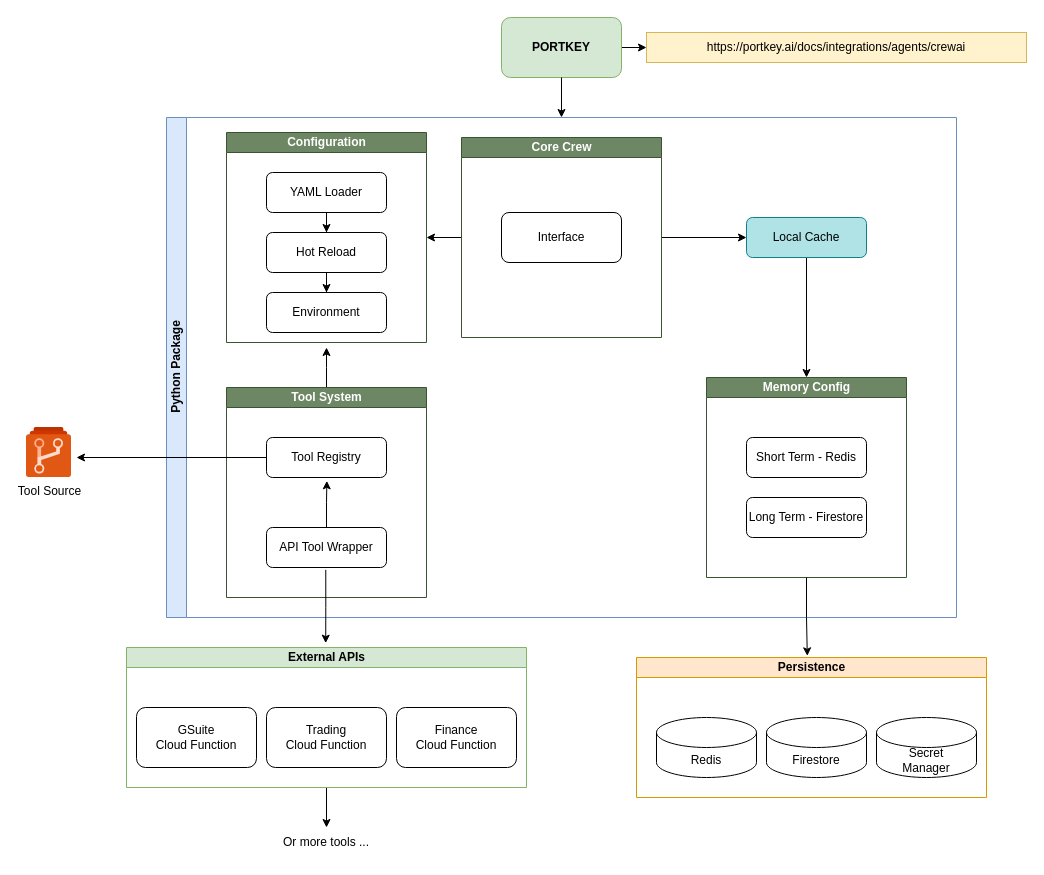
Earlier version of the draw.io diagram designs/cognition-core.drawio (nestorcolt/cognition-core). Source tidied: cells renumbered, new cells numbered last; positions are measured from the earlier drawing's top-left corner, leaving out a move shared by most shapes. Both pictures are drawn from the tidied source at 100%, with x=0, y=0 at pixel (26, 17).
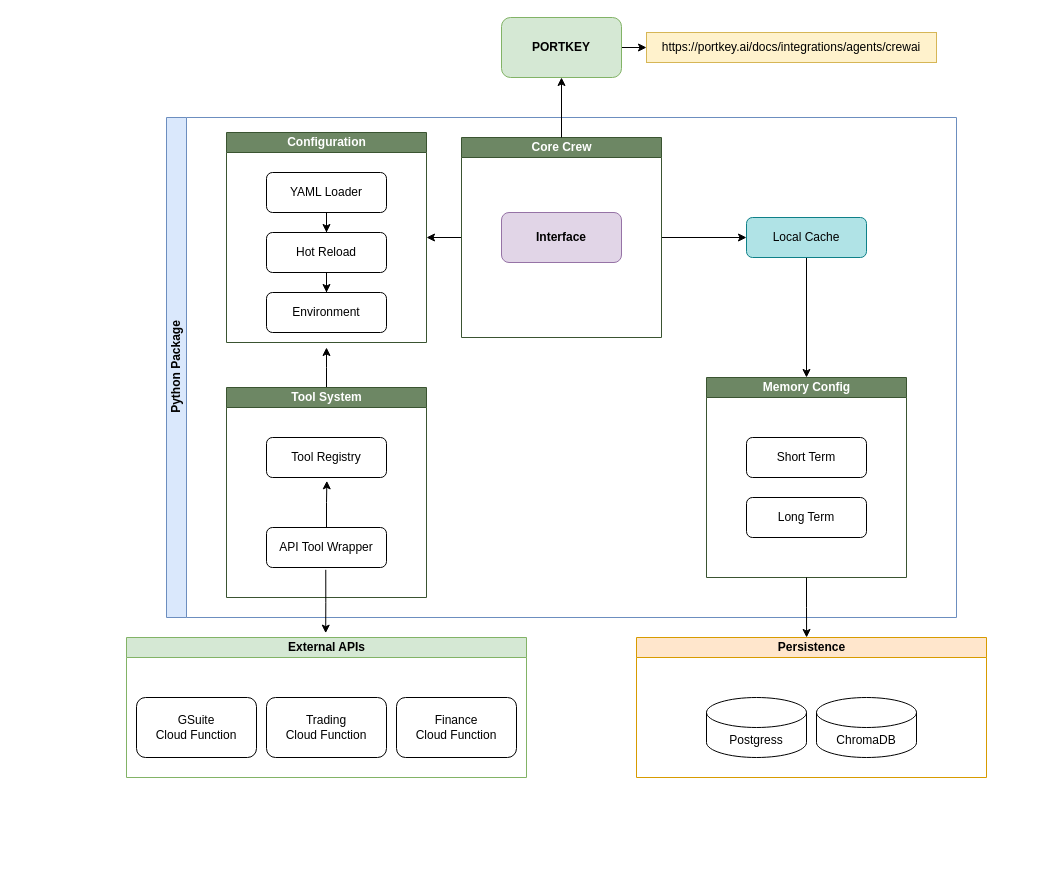
The same diagram, later.

Unchanged cells that the change refers to:
```xml
<mxCell id="3" value="PORTKEY" style="rounded=1;whiteSpace=wrap;html=1;fillColor=#d5e8d4;strokeColor=#82b366;fontStyle=1;" parent="1" vertex="1">
  <mxGeometry x="475" width="120" height="60" as="geometry" />
</mxCell>
<mxCell id="4" value="Python Package" style="swimlane;startSize=20;horizontal=0;html=1;fillColor=#dae8fc;strokeColor=#6c8ebf;" parent="1" vertex="1">
  <mxGeometry x="140" y="100" width="790" height="500" as="geometry" />
</mxCell>
<mxCell id="6" value="Tool System" style="swimlane;startSize=20;html=1;fillColor=#6d8764;fontColor=#ffffff;strokeColor=#3A5431;" parent="4" vertex="1">
  <mxGeometry x="60" y="270" width="200" height="210" as="geometry" />
</mxCell>
<mxCell id="8" value="Tool Registry" style="rounded=1;whiteSpace=wrap;html=1;" parent="6" vertex="1">
  <mxGeometry x="40" y="50" width="120" height="40" as="geometry" />
</mxCell>
<mxCell id="9" value="API Tool Wrapper" style="rounded=1;whiteSpace=wrap;html=1;" parent="6" vertex="1">
  <mxGeometry x="40" y="140" width="120" height="40" as="geometry" />
</mxCell>
<mxCell id="11" value="Memory Config" style="swimlane;startSize=20;html=1;fillColor=#6d8764;fontColor=#ffffff;strokeColor=#3A5431;" parent="4" vertex="1">
  <mxGeometry x="540" y="260" width="200" height="200" as="geometry" />
</mxCell>
<mxCell id="23" value="Core Crew" style="swimlane;startSize=20;html=1;fillColor=#6d8764;fontColor=#ffffff;strokeColor=#3A5431;" parent="4" vertex="1">
  <mxGeometry x="295" y="20" width="200" height="200" as="geometry" />
</mxCell>
```

What changed in the source:
```diff
@@
-    <mxCell id="7" style="edgeStyle=orthogonalEdgeStyle;rounded=0;jettySize=auto;html=1;" parent="6" edge="1" source="8">
-      <mxGeometry relative="1" as="geometry">
-        <mxPoint x="-150" y="70" as="targetPoint" />
-      </mxGeometry>
-    </mxCell>
@@
-    <mxCell id="12" value="Short Term - Redis" style="rounded=1;whiteSpace=wrap;html=1;" parent="11" vertex="1">
+    <mxCell id="12" value="Short Term" style="rounded=1;whiteSpace=wrap;html=1;" parent="11" vertex="1">
       <mxGeometry x="40" y="60" width="120" height="40" as="geometry" />
     </mxCell>
-    <mxCell id="13" value="Long Term - Firestore" style="rounded=1;whiteSpace=wrap;html=1;" parent="11" vertex="1">
+    <mxCell id="13" value="Long Term" style="rounded=1;whiteSpace=wrap;html=1;" parent="11" vertex="1">
       <mxGeometry x="40" y="120" width="120" height="40" as="geometry" />
     </mxCell>
@@
-    <mxCell id="24" value="Interface" style="rounded=1;whiteSpace=wrap;html=1;" parent="23" vertex="1">
+    <mxCell id="24" value="Interface" style="rounded=1;whiteSpace=wrap;html=1;fillColor=#e1d5e7;strokeColor=#9673a6;fontStyle=1;" parent="23" vertex="1">
       <mxGeometry x="40" y="75" width="120" height="50" as="geometry" />
     </mxCell>
@@
-    <mxCell id="26" style="edgeStyle=orthogonalEdgeStyle;rounded=0;jettySize=auto;html=1;" parent="1" edge="1" source="27" target="38">
-      <mxGeometry relative="1" as="geometry" />
-    </mxCell>
     <mxCell id="27" value="External APIs" style="swimlane;startSize=20;html=1;fillColor=#d5e8d4;strokeColor=#82b366;" parent="1" vertex="1">
-      <mxGeometry x="100" y="630" width="400" height="140" as="geometry" />
+      <mxGeometry x="100" y="620" width="400" height="140" as="geometry" />
     </mxCell>
@@
     <mxCell id="31" value="Persistence" style="swimlane;startSize=20;html=1;fillColor=#ffe6cc;strokeColor=#d79b00;" parent="1" vertex="1">
-      <mxGeometry x="610" y="640" width="350" height="140" as="geometry" />
+      <mxGeometry x="610" y="620" width="350" height="140" as="geometry" />
     </mxCell>
-    <mxCell id="32" value="Redis" style="shape=cylinder3;whiteSpace=wrap;html=1;boundedLbl=1;backgroundOutline=1;size=15;" parent="31" vertex="1">
-      <mxGeometry x="20" y="60" width="100" height="60" as="geometry" />
+    <mxCell id="32" value="Postgress" style="shape=cylinder3;whiteSpace=wrap;html=1;boundedLbl=1;backgroundOutline=1;size=15;" parent="31" vertex="1">
+      <mxGeometry x="70" y="60" width="100" height="60" as="geometry" />
     </mxCell>
-    <mxCell id="33" value="Firestore" style="shape=cylinder3;whiteSpace=wrap;html=1;boundedLbl=1;backgroundOutline=1;size=15;" parent="31" vertex="1">
-      <mxGeometry x="130" y="60" width="100" height="60" as="geometry" />
+    <mxCell id="33" value="ChromaDB" style="shape=cylinder3;whiteSpace=wrap;html=1;boundedLbl=1;backgroundOutline=1;size=15;" parent="31" vertex="1">
+      <mxGeometry x="180" y="60" width="100" height="60" as="geometry" />
     </mxCell>
-    <mxCell id="34" value="Secret&#10;Manager" style="shape=cylinder3;whiteSpace=wrap;html=1;boundedLbl=1;backgroundOutline=1;size=15;" parent="31" vertex="1">
-      <mxGeometry x="240" y="60" width="100" height="60" as="geometry" />
-    </mxCell>
-    <mxCell id="35" style="edgeStyle=orthogonalEdgeStyle;rounded=0;jettySize=auto;html=1;" parent="1" edge="1" source="3" target="4">
-      <mxGeometry relative="1" as="geometry" />
-    </mxCell>
+    <mxCell id="37" value="https://portkey.ai/docs/integrations/agents/crewai" style="text;html=1;align=center;verticalAlign=middle;whiteSpace=wrap;rounded=0;fillColor=#fff2cc;strokeColor=#d6b656;" parent="1" vertex="1">
+      <mxGeometry x="620" y="15" width="290" height="30" as="geometry" />
+    </mxCell>
+    <mxCell id="39" style="edgeStyle=orthogonalEdgeStyle;rounded=0;jettySize=auto;html=1;entryX=0.498;entryY=-0.031;entryDx=0;entryDy=0;entryPerimeter=0;exitX=0.494;exitY=1.058;exitDx=0;exitDy=0;exitPerimeter=0;" parent="1" edge="1" source="9" target="27">
+      <mxGeometry relative="1" as="geometry" />
+    </mxCell>
-    <mxCell id="36" style="edgeStyle=orthogonalEdgeStyle;rounded=0;jettySize=auto;html=1;entryX=0.488;entryY=-0.012;entryDx=0;entryDy=0;entryPerimeter=0;" parent="1" edge="1" source="11" target="31">
+    <mxCell id="36" style="edgeStyle=orthogonalEdgeStyle;rounded=0;jettySize=auto;html=1;entryX=0.486;entryY=0;entryDx=0;entryDy=0;entryPerimeter=0;" parent="1" edge="1" source="11" target="31">
       <mxGeometry relative="1" as="geometry" />
     </mxCell>
-    <mxCell id="37" value="https://portkey.ai/docs/integrations/agents/crewai" style="text;html=1;align=center;verticalAlign=middle;whiteSpace=wrap;rounded=0;fillColor=#fff2cc;strokeColor=#d6b656;" parent="1" vertex="1">
-      <mxGeometry x="620" y="15" width="380" height="30" as="geometry" />
-    </mxCell>
-    <mxCell id="38" value="Or more tools ..." style="text;html=1;align=center;verticalAlign=middle;whiteSpace=wrap;rounded=0;" parent="1" vertex="1">
-      <mxGeometry x="225" y="810" width="150" height="30" as="geometry" />
-    </mxCell>
-    <mxCell id="39" style="edgeStyle=orthogonalEdgeStyle;rounded=0;jettySize=auto;html=1;entryX=0.498;entryY=-0.031;entryDx=0;entryDy=0;entryPerimeter=0;exitX=0.494;exitY=1.058;exitDx=0;exitDy=0;exitPerimeter=0;" parent="1" edge="1" source="9" target="27">
-      <mxGeometry relative="1" as="geometry" />
-    </mxCell>
-    <mxCell id="40" value="Tool Source" style="image;sketch=0;html=1;align=center;fontSize=12;image=img/lib/mscae/Azure_Repos.svg;" parent="1" vertex="1">
-      <mxGeometry y="410" width="45" height="50" as="geometry" />
-    </mxCell>
+    <mxCell id="41" style="edgeStyle=orthogonalEdgeStyle;rounded=0;jettySize=auto;html=1;entryX=0.5;entryY=1;entryDx=0;entryDy=0;" parent="1" edge="1" source="23" target="3">
+      <mxGeometry relative="1" as="geometry" />
+    </mxCell>
```
